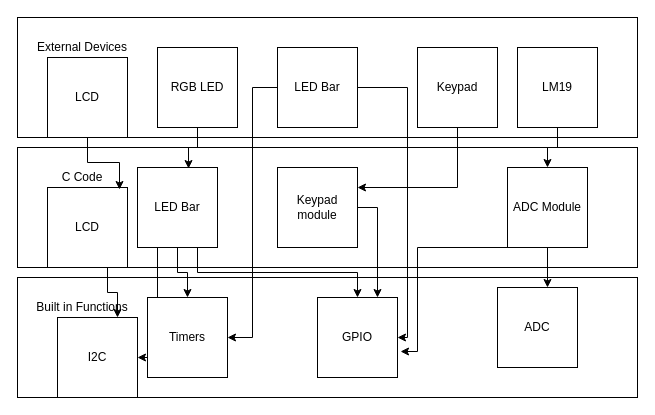
The draw.io diagram page "SoftwareArchitecture" (2 of 4) of docs/planning/FinalProjectCharts.drawio in msu-eele-465/final-project-ecallery888, before the edit. Source tidied: cells renumbered, new cells numbered last; positions are measured from the earlier drawing's top-left corner, leaving out a move shared by most shapes. Both pictures are drawn from the tidied source at 100%, with x=0, y=0 at pixel (17, 17).
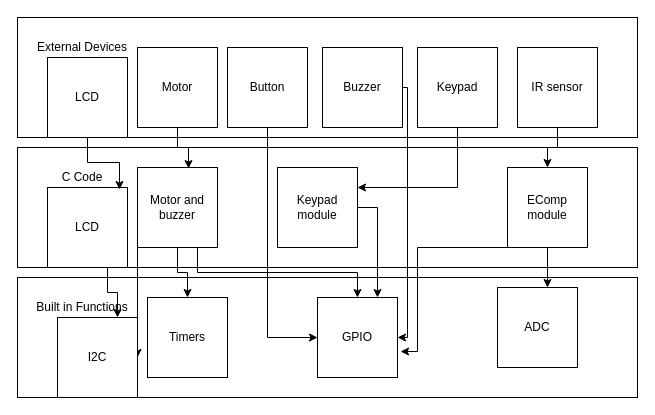
The same page after the edit.

Unchanged cells that the change refers to:
```xml
<mxCell id="17" value="Timers" style="whiteSpace=wrap;html=1;" parent="1" vertex="1">
  <mxGeometry x="130" y="280" width="80" height="80" as="geometry" />
</mxCell>
<mxCell id="18" value="GPIO" style="whiteSpace=wrap;html=1;" parent="1" vertex="1">
  <mxGeometry x="300" y="280" width="80" height="80" as="geometry" />
</mxCell>
<mxCell id="27" value="I2C" style="whiteSpace=wrap;html=1;" parent="1" vertex="1">
  <mxGeometry x="40" y="300" width="80" height="80" as="geometry" />
</mxCell>
```

Diff of the diagram source:
```diff
@@
-    <mxCell id="4" value="RGB LED" style="whiteSpace=wrap;html=1;" parent="1" vertex="1">
-      <mxGeometry x="140" y="30" width="80" height="80" as="geometry" />
+    <mxCell id="4" value="Motor" style="whiteSpace=wrap;html=1;" parent="1" vertex="1">
+      <mxGeometry x="120" y="30" width="80" height="80" as="geometry" />
     </mxCell>
-    <mxCell id="5" value="LED Bar" style="whiteSpace=wrap;html=1;" parent="1" vertex="1">
-      <mxGeometry x="260" y="30" width="80" height="80" as="geometry" />
+    <mxCell id="5" value="Buzzer" style="whiteSpace=wrap;html=1;" parent="1" vertex="1">
+      <mxGeometry x="305" y="30" width="80" height="80" as="geometry" />
     </mxCell>
@@
     <mxCell id="13" style="edgeStyle=orthogonalEdgeStyle;rounded=0;jettySize=auto;html=1;exitX=0.25;exitY=1;exitDx=0;exitDy=0;entryX=1;entryY=0.5;entryDx=0;entryDy=0;" parent="1" edge="1" source="14" target="27">
-      <mxGeometry relative="1" as="geometry" />
+      <mxGeometry relative="1" as="geometry">
+        <Array as="points">
+          <mxPoint x="120" y="230" />
+        </Array>
+      </mxGeometry>
     </mxCell>
-    <mxCell id="14" value="LED Bar" style="whiteSpace=wrap;html=1;" parent="1" vertex="1">
+    <mxCell id="14" value="Motor and buzzer" style="whiteSpace=wrap;html=1;" parent="1" vertex="1">
       <mxGeometry x="120" y="150" width="80" height="80" as="geometry" />
     </mxCell>
@@
-    <mxCell id="22" style="edgeStyle=orthogonalEdgeStyle;rounded=0;jettySize=auto;html=1;exitX=0;exitY=0.5;exitDx=0;exitDy=0;entryX=1;entryY=0.5;entryDx=0;entryDy=0;" parent="1" edge="1" source="5" target="17">
-      <mxGeometry relative="1" as="geometry" />
-    </mxCell>
@@
-    <mxCell id="29" value="LM19" style="whiteSpace=wrap;html=1;" parent="1" vertex="1">
+    <mxCell id="29" value="IR sensor" style="whiteSpace=wrap;html=1;" parent="1" vertex="1">
       <mxGeometry x="500" y="30" width="80" height="80" as="geometry" />
     </mxCell>
-    <mxCell id="30" value="ADC Module" style="whiteSpace=wrap;html=1;" parent="1" vertex="1">
+    <mxCell id="30" value="EComp module" style="whiteSpace=wrap;html=1;" parent="1" vertex="1">
       <mxGeometry x="490" y="150" width="80" height="80" as="geometry" />
     </mxCell>
@@
+    <mxCell id="34" style="edgeStyle=orthogonalEdgeStyle;rounded=0;jettySize=auto;html=1;exitX=0.5;exitY=1;exitDx=0;exitDy=0;entryX=0;entryY=0.5;entryDx=0;entryDy=0;" parent="1" edge="1" source="35" target="18">
+      <mxGeometry relative="1" as="geometry" />
+    </mxCell>
+    <mxCell id="35" value="Button" style="whiteSpace=wrap;html=1;" parent="1" vertex="1">
+      <mxGeometry x="210" y="30" width="80" height="80" as="geometry" />
+    </mxCell>
```
